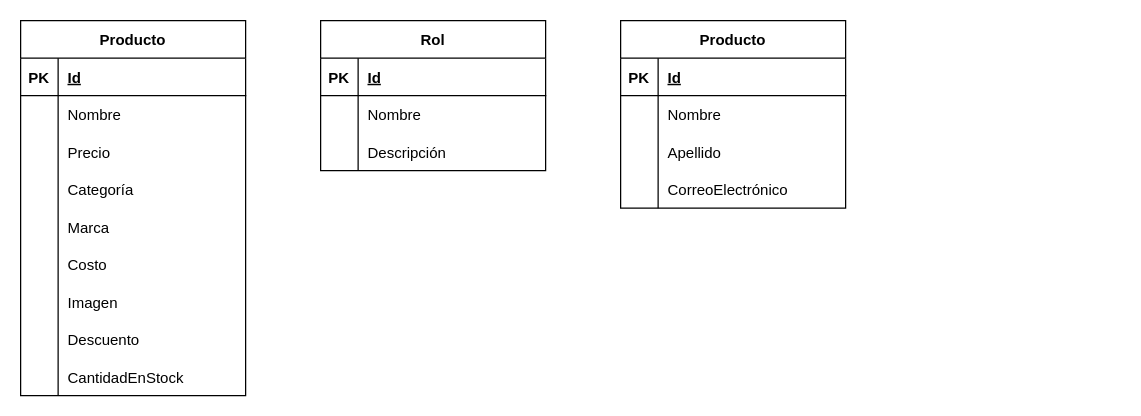
Earlier version of the draw.io diagram Documentación/Base de datos/diagramas.drawio (MischaTobias/ProyectoPWElGnomo). Source tidied: cells renumbered, new cells numbered last; positions are measured from the earlier drawing's top-left corner, leaving out a move shared by most shapes. Both pictures are drawn from the tidied source at 125%, with x=0, y=0 at pixel (20, 20).
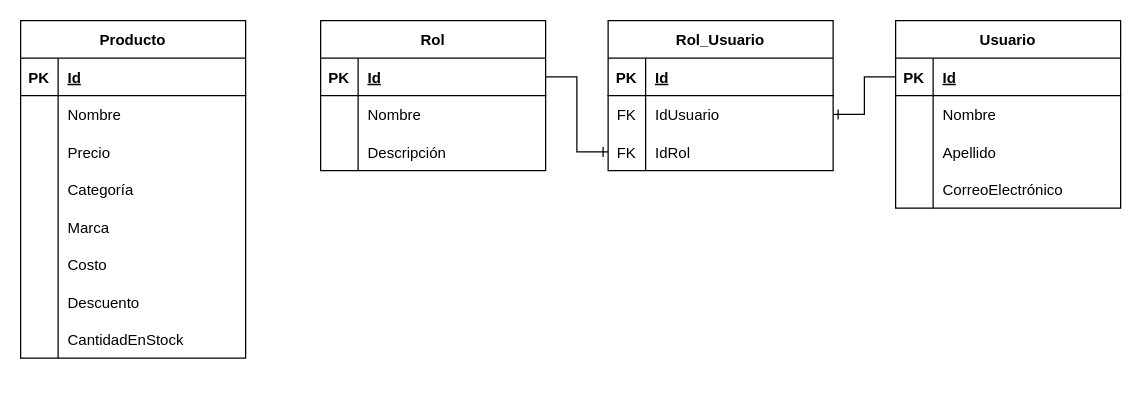
After the change.

The change refers to these unchanged cells:
```xml
<mxCell id="31" style="shape=tableRow;horizontal=0;startSize=0;swimlaneHead=0;swimlaneBody=0;fillColor=none;points=[[0,0.5],[1,0.5]];portConstraint=eastwest;top=0;left=0;right=0;bottom=1;" parent="30" vertex="1">
  <mxGeometry y="30" width="180" height="30" as="geometry" />
</mxCell>
<mxCell id="41" style="shape=tableRow;horizontal=0;startSize=0;swimlaneHead=0;swimlaneBody=0;fillColor=none;points=[[0,0.5],[1,0.5]];portConstraint=eastwest;top=0;left=0;right=0;bottom=1;" parent="40" vertex="1">
  <mxGeometry y="30" width="180" height="30" as="geometry" />
</mxCell>
```

Change to the diagram source:
```diff
@@
     <mxCell id="2" value="Producto" style="shape=table;startSize=30;childLayout=tableLayout;rowLines=0;fontStyle=1;align=center;" parent="1" vertex="1">
-      <mxGeometry width="180" height="300" as="geometry" />
+      <mxGeometry width="180" height="270" as="geometry" />
     </mxCell>
@@
-    <mxCell id="21" style="shape=tableRow;horizontal=0;startSize=0;swimlaneHead=0;swimlaneBody=0;fillColor=none;top=0;left=0;right=0;bottom=0;" parent="2" vertex="1">
-      <mxGeometry y="210" width="180" height="30" as="geometry" />
-    </mxCell>
-    <mxCell id="22" style="shape=partialRectangle;fillColor=none;top=0;left=0;bottom=0;right=0;overflow=hidden;" parent="21" vertex="1">
-      <mxGeometry width="30" height="30" as="geometry" />
-    </mxCell>
-    <mxCell id="23" value="Imagen" style="shape=partialRectangle;fillColor=none;top=0;left=0;bottom=0;right=0;align=left;spacingLeft=6;overflow=hidden;" parent="21" vertex="1">
-      <mxGeometry x="30" width="150" height="30" as="geometry" />
-    </mxCell>
     <mxCell id="24" style="shape=tableRow;horizontal=0;startSize=0;swimlaneHead=0;swimlaneBody=0;fillColor=none;top=0;left=0;right=0;bottom=0;" parent="2" vertex="1">
-      <mxGeometry y="240" width="180" height="30" as="geometry" />
+      <mxGeometry y="210" width="180" height="30" as="geometry" />
     </mxCell>
@@
     <mxCell id="27" style="shape=tableRow;horizontal=0;startSize=0;swimlaneHead=0;swimlaneBody=0;fillColor=none;top=0;left=0;right=0;bottom=0;" parent="2" vertex="1">
-      <mxGeometry y="270" width="180" height="30" as="geometry" />
+      <mxGeometry y="240" width="180" height="30" as="geometry" />
     </mxCell>
@@
-    <mxCell id="40" value="Producto" style="shape=table;startSize=30;childLayout=tableLayout;rowLines=0;fontStyle=1;align=center;" parent="1" vertex="1">
-      <mxGeometry x="480" width="180" height="150" as="geometry" />
+    <mxCell id="40" value="Usuario" style="shape=table;startSize=30;childLayout=tableLayout;rowLines=0;fontStyle=1;align=center;" parent="1" vertex="1">
+      <mxGeometry x="700" width="180" height="150" as="geometry" />
     </mxCell>
@@
+    <mxCell id="53" value="Rol_Usuario" style="shape=table;startSize=30;childLayout=tableLayout;rowLines=0;fontStyle=1;align=center;" parent="1" vertex="1">
+      <mxGeometry x="470" width="180" height="120" as="geometry" />
+    </mxCell>
+    <mxCell id="54" style="shape=tableRow;horizontal=0;startSize=0;swimlaneHead=0;swimlaneBody=0;fillColor=none;top=0;left=0;right=0;bottom=1;" parent="53" vertex="1">
+      <mxGeometry y="30" width="180" height="30" as="geometry" />
+    </mxCell>
+    <mxCell id="55" value="PK" style="shape=partialRectangle;fillColor=none;top=0;left=0;bottom=0;right=0;fontStyle=1;overflow=hidden;" parent="54" vertex="1">
+      <mxGeometry width="30" height="30" as="geometry" />
+    </mxCell>
+    <mxCell id="56" value="Id" style="shape=partialRectangle;fillColor=none;top=0;left=0;bottom=0;right=0;align=left;spacingLeft=6;fontStyle=5;overflow=hidden;" parent="54" vertex="1">
+      <mxGeometry x="30" width="150" height="30" as="geometry" />
+    </mxCell>
+    <mxCell id="57" style="shape=tableRow;horizontal=0;startSize=0;swimlaneHead=0;swimlaneBody=0;fillColor=none;points=[[0,0.5],[1,0.5]];portConstraint=eastwest;top=0;left=0;right=0;bottom=0;" parent="53" vertex="1">
+      <mxGeometry y="60" width="180" height="30" as="geometry" />
+    </mxCell>
+    <mxCell id="58" value="FK" style="shape=partialRectangle;fillColor=none;top=0;left=0;bottom=0;right=0;overflow=hidden;" parent="57" vertex="1">
+      <mxGeometry width="30" height="30" as="geometry" />
+    </mxCell>
+    <mxCell id="59" value="IdUsuario" style="shape=partialRectangle;fillColor=none;top=0;left=0;bottom=0;right=0;align=left;spacingLeft=6;overflow=hidden;" parent="57" vertex="1">
+      <mxGeometry x="30" width="150" height="30" as="geometry" />
+    </mxCell>
+    <mxCell id="60" style="shape=tableRow;horizontal=0;startSize=0;swimlaneHead=0;swimlaneBody=0;fillColor=none;points=[[0,0.5],[1,0.5]];portConstraint=eastwest;top=0;left=0;right=0;bottom=0;" parent="53" vertex="1">
+      <mxGeometry y="90" width="180" height="30" as="geometry" />
+    </mxCell>
+    <mxCell id="61" value="FK" style="shape=partialRectangle;fillColor=none;top=0;left=0;bottom=0;right=0;overflow=hidden;" parent="60" vertex="1">
+      <mxGeometry width="30" height="30" as="geometry" />
+    </mxCell>
+    <mxCell id="62" value="IdRol" style="shape=partialRectangle;fillColor=none;top=0;left=0;bottom=0;right=0;align=left;spacingLeft=6;overflow=hidden;" parent="60" vertex="1">
+      <mxGeometry x="30" width="150" height="30" as="geometry" />
+    </mxCell>
+    <mxCell id="63" style="edgeStyle=orthogonalEdgeStyle;rounded=0;jettySize=auto;html=1;endArrow=ERone;endFill=0;" parent="1" edge="1" source="31" target="60">
+      <mxGeometry relative="1" as="geometry" />
+    </mxCell>
+    <mxCell id="64" style="edgeStyle=orthogonalEdgeStyle;rounded=0;jettySize=auto;html=1;entryX=1;entryY=0.5;entryDx=0;entryDy=0;endArrow=ERone;endFill=0;" parent="1" edge="1" source="41" target="57">
+      <mxGeometry relative="1" as="geometry" />
+    </mxCell>
```
